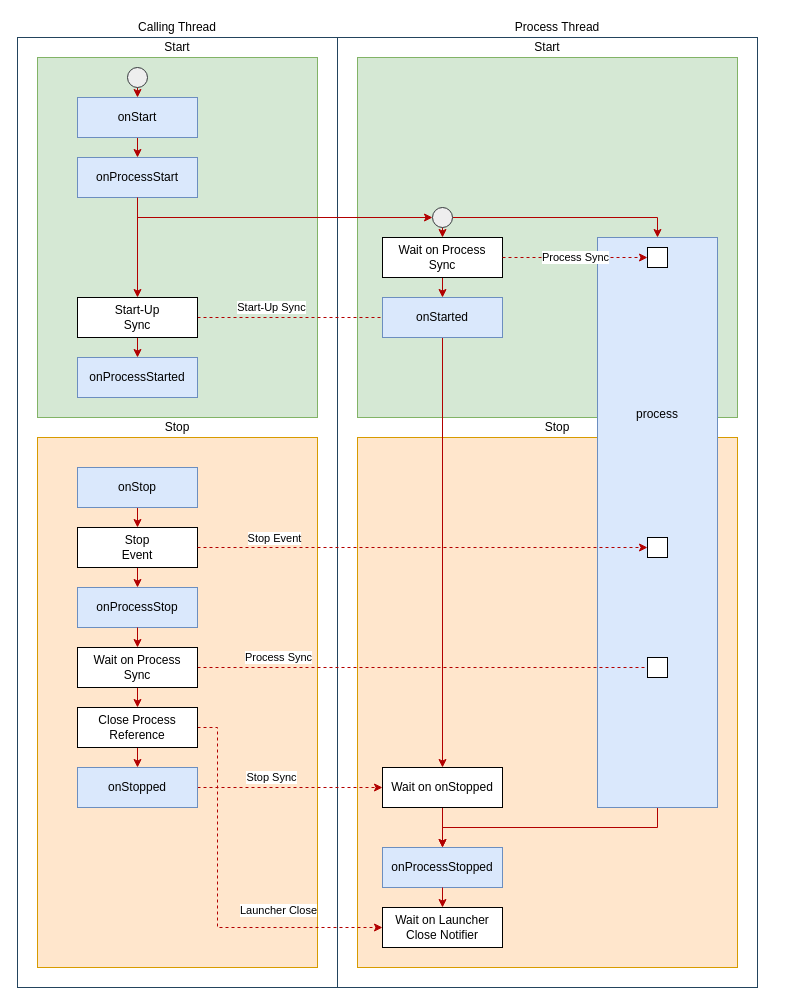
The draw.io diagram page "JKI: SMO-Process-Life-Cycle" (1 of 2) of documentation/SMO-Process-Life-Cycle.drawio in levylabpitt/Instrument-Framework, before the edit. Source tidied: cells renumbered, new cells numbered last; positions are measured from the earlier drawing's top-left corner, leaving out a move shared by most shapes. Both pictures are drawn from the tidied source at 100%, with x=0, y=0 at pixel (17, 17).
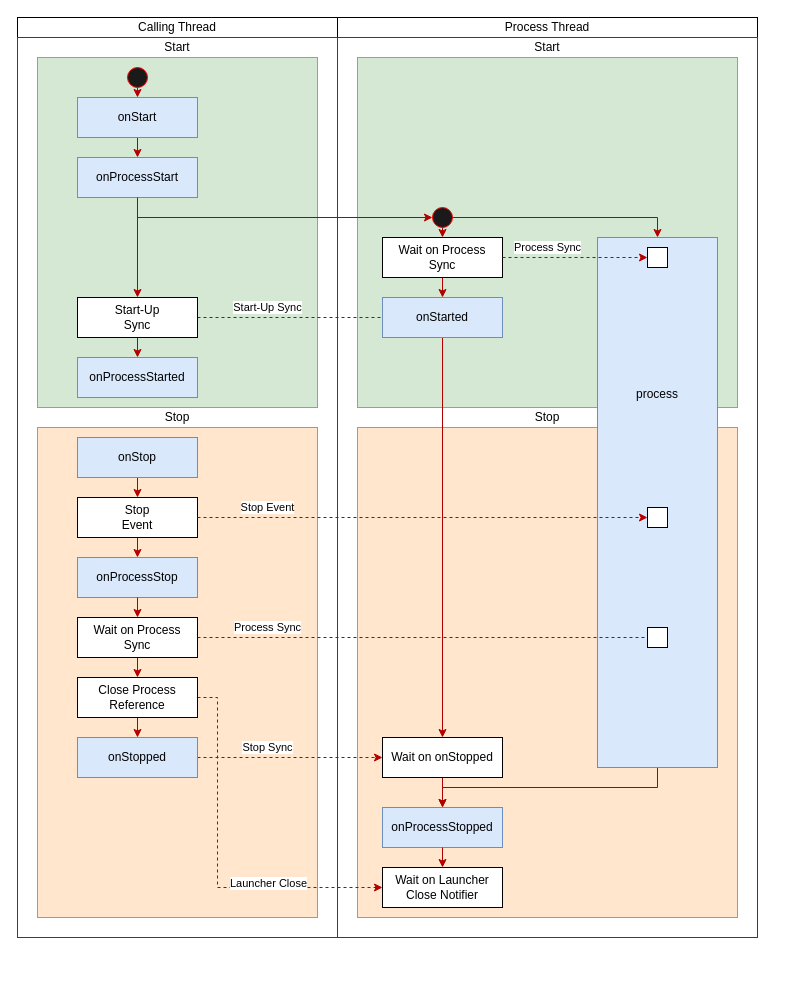
After the change.

Unchanged cells that the change refers to:
```xml
<mxCell id="20" value="&lt;div&gt;Start-Up&lt;/div&gt;&lt;div&gt;Sync&lt;br&gt;&lt;/div&gt;" style="html=1;whiteSpace=wrap;" parent="1" vertex="1">
  <mxGeometry x="60" y="280" width="120" height="40" as="geometry" />
</mxCell>
<mxCell id="23" value="onStarted" style="html=1;whiteSpace=wrap;fillColor=#dae8fc;strokeColor=#6c8ebf;" parent="1" vertex="1">
  <mxGeometry x="365" y="280" width="120" height="40" as="geometry" />
</mxCell>
<mxCell id="29" value="&lt;div&gt;Wait on Process&lt;/div&gt;&lt;div&gt;Sync&lt;br&gt;&lt;/div&gt;" style="html=1;whiteSpace=wrap;" parent="1" vertex="1">
  <mxGeometry x="365" y="220" width="120" height="40" as="geometry" />
</mxCell>
<mxCell id="57" style="rounded=0;whiteSpace=wrap;html=1;" parent="1" vertex="1">
  <mxGeometry x="630" y="230" width="20" height="20" as="geometry" />
</mxCell>
```

Change to the diagram source:
```diff
@@
+    <mxCell id="59" style="rounded=0;whiteSpace=wrap;html=1;" parent="1" vertex="1">
+      <mxGeometry x="320" width="420" height="20" as="geometry" />
+    </mxCell>
+    <mxCell id="60" style="rounded=0;whiteSpace=wrap;html=1;" parent="1" vertex="1">
+      <mxGeometry width="320" height="20" as="geometry" />
+    </mxCell>
     <mxCell id="2" style="rounded=0;whiteSpace=wrap;html=1;fillColor=none;strokeColor=#23445d;" parent="1" vertex="1">
-      <mxGeometry x="320" y="20" width="420" height="950" as="geometry" />
+      <mxGeometry x="320" y="20" width="420" height="900" as="geometry" />
     </mxCell>
     <mxCell id="3" style="rounded=0;whiteSpace=wrap;html=1;fillColor=none;strokeColor=#23445d;" parent="1" vertex="1">
-      <mxGeometry y="20" width="320" height="950" as="geometry" />
+      <mxGeometry y="20" width="320" height="900" as="geometry" />
     </mxCell>
     <mxCell id="4" style="rounded=0;whiteSpace=wrap;html=1;fillColor=#ffe6cc;strokeColor=#d79b00;" parent="1" vertex="1">
-      <mxGeometry x="340" y="420" width="380" height="530" as="geometry" />
+      <mxGeometry x="340" y="410" width="380" height="490" as="geometry" />
     </mxCell>
     <mxCell id="5" style="rounded=0;whiteSpace=wrap;html=1;fillColor=#ffe6cc;strokeColor=#d79b00;" parent="1" vertex="1">
-      <mxGeometry x="20" y="420" width="280" height="530" as="geometry" />
+      <mxGeometry x="20" y="410" width="280" height="490" as="geometry" />
     </mxCell>
     <mxCell id="6" style="rounded=0;whiteSpace=wrap;html=1;fillColor=#d5e8d4;strokeColor=#82b366;" parent="1" vertex="1">
-      <mxGeometry x="340" y="40" width="380" height="360" as="geometry" />
+      <mxGeometry x="340" y="40" width="380" height="350" as="geometry" />
     </mxCell>
     <mxCell id="7" style="rounded=0;whiteSpace=wrap;html=1;fillColor=#d5e8d4;strokeColor=#82b366;" parent="1" vertex="1">
-      <mxGeometry x="20" y="40" width="280" height="360" as="geometry" />
+      <mxGeometry x="20" y="40" width="280" height="350" as="geometry" />
     </mxCell>
@@
     <mxCell id="9" value="Process Thread" style="text;html=1;align=center;verticalAlign=middle;whiteSpace=wrap;rounded=0;" parent="1" vertex="1">
-      <mxGeometry x="320" width="440" height="20" as="geometry" />
+      <mxGeometry x="320" width="420" height="20" as="geometry" />
     </mxCell>
@@
-    <mxCell id="13" style="verticalLabelPosition=bottom;verticalAlign=top;html=1;shape=mxgraph.flowchart.on-page_reference;fillColor=#eeeeee;strokeColor=#36393d;" parent="1" vertex="1">
+    <mxCell id="13" style="verticalLabelPosition=bottom;verticalAlign=top;html=1;shape=mxgraph.flowchart.on-page_reference;fillColor=#1A1A1A;strokeColor=#FF0000;" parent="1" vertex="1">
       <mxGeometry x="110" y="50" width="20" height="20" as="geometry" />
     </mxCell>
@@
     <mxCell id="18" value="&lt;div&gt;Start-Up Sync&lt;br&gt;&lt;/div&gt;" style="edgeStyle=orthogonalEdgeStyle;rounded=0;jettySize=auto;html=1;exitX=1;exitY=0.5;exitDx=0;exitDy=0;entryX=0;entryY=0.5;entryDx=0;entryDy=0;endArrow=none;endFill=0;dashed=1;fillColor=#e51400;strokeColor=#B20000;" parent="1" edge="1" source="20" target="23">
-      <mxGeometry x="-0.2" y="10" relative="1" as="geometry" />
+      <mxGeometry x="-0.24" y="10" relative="1" as="geometry" />
     </mxCell>
@@
-    <mxCell id="26" style="verticalLabelPosition=bottom;verticalAlign=top;html=1;shape=mxgraph.flowchart.on-page_reference;fillColor=#eeeeee;strokeColor=#36393d;" parent="1" vertex="1">
+    <mxCell id="26" style="verticalLabelPosition=bottom;verticalAlign=top;html=1;shape=mxgraph.flowchart.on-page_reference;fillColor=#1A1A1A;strokeColor=#FF0000;" parent="1" vertex="1">
       <mxGeometry x="415" y="190" width="20" height="20" as="geometry" />
     </mxCell>
@@
     <mxCell id="31" value="&lt;div&gt;process&lt;/div&gt;&lt;div&gt;&lt;br&gt;&lt;/div&gt;&lt;div&gt;&lt;br&gt;&lt;/div&gt;&lt;div&gt;&lt;br&gt;&lt;/div&gt;&lt;div&gt;&lt;br&gt;&lt;/div&gt;&lt;div&gt;&lt;br&gt;&lt;/div&gt;&lt;div&gt;&lt;br&gt;&lt;/div&gt;&lt;div&gt;&lt;br&gt;&lt;/div&gt;&lt;div&gt;&lt;br&gt;&lt;/div&gt;&lt;div&gt;&lt;br&gt;&lt;/div&gt;&lt;div&gt;&lt;br&gt;&lt;/div&gt;&lt;div&gt;&lt;br&gt;&lt;/div&gt;&lt;div&gt;&lt;br&gt;&lt;/div&gt;&lt;div&gt;&lt;br&gt;&lt;/div&gt;&lt;div&gt;&lt;br&gt;&lt;/div&gt;&lt;div&gt;&lt;br&gt;&lt;/div&gt;" style="html=1;whiteSpace=wrap;fillColor=#dae8fc;strokeColor=#6c8ebf;" parent="1" vertex="1">
-      <mxGeometry x="580" y="220" width="120" height="570" as="geometry" />
+      <mxGeometry x="580" y="220" width="120" height="530" as="geometry" />
     </mxCell>
@@
     <mxCell id="33" value="onStop" style="html=1;whiteSpace=wrap;fillColor=#dae8fc;strokeColor=#6c8ebf;" parent="1" vertex="1">
-      <mxGeometry x="60" y="450" width="120" height="40" as="geometry" />
+      <mxGeometry x="60" y="420" width="120" height="40" as="geometry" />
     </mxCell>
     <mxCell id="34" value="Stop" style="text;html=1;align=center;verticalAlign=middle;whiteSpace=wrap;rounded=0;" parent="1" vertex="1">
-      <mxGeometry x="20" y="400" width="280" height="20" as="geometry" />
+      <mxGeometry x="20" y="390" width="280" height="20" as="geometry" />
     </mxCell>
@@
     <mxCell id="36" value="&lt;div&gt;Stop&lt;/div&gt;&lt;div&gt;Event&lt;br&gt;&lt;/div&gt;" style="html=1;whiteSpace=wrap;" parent="1" vertex="1">
-      <mxGeometry x="60" y="510" width="120" height="40" as="geometry" />
+      <mxGeometry x="60" y="480" width="120" height="40" as="geometry" />
     </mxCell>
     <mxCell id="37" value="onProcessStop" style="html=1;whiteSpace=wrap;fillColor=#dae8fc;strokeColor=#6c8ebf;" parent="1" vertex="1">
-      <mxGeometry x="60" y="570" width="120" height="40" as="geometry" />
+      <mxGeometry x="60" y="540" width="120" height="40" as="geometry" />
     </mxCell>
@@
     <mxCell id="40" value="Process Sync" style="edgeStyle=orthogonalEdgeStyle;rounded=0;jettySize=auto;html=1;exitX=1;exitY=0.5;exitDx=0;exitDy=0;endArrow=none;endFill=0;dashed=1;fillColor=#e51400;strokeColor=#B20000;entryX=0;entryY=0.5;entryDx=0;entryDy=0;" parent="1" edge="1" source="41" target="55">
-      <mxGeometry x="-0.64" y="10" relative="1" as="geometry" />
+      <mxGeometry x="-0.69" y="10" relative="1" as="geometry" />
     </mxCell>
     <mxCell id="41" value="&lt;div&gt;Wait on Process&lt;/div&gt;&lt;div&gt;Sync&lt;br&gt;&lt;/div&gt;" style="html=1;whiteSpace=wrap;" parent="1" vertex="1">
-      <mxGeometry x="60" y="630" width="120" height="40" as="geometry" />
+      <mxGeometry x="60" y="600" width="120" height="40" as="geometry" />
     </mxCell>
     <mxCell id="42" value="Stop" style="text;html=1;align=center;verticalAlign=middle;whiteSpace=wrap;rounded=0;" parent="1" vertex="1">
-      <mxGeometry x="340" y="400" width="400" height="20" as="geometry" />
+      <mxGeometry x="340" y="390" width="380" height="20" as="geometry" />
     </mxCell>
     <mxCell id="43" value="Stop Event" style="edgeStyle=orthogonalEdgeStyle;rounded=0;jettySize=auto;html=1;exitX=1;exitY=0.5;exitDx=0;exitDy=0;entryX=0;entryY=0.5;entryDx=0;entryDy=0;fillColor=#e51400;strokeColor=#B20000;dashed=1;" parent="1" edge="1" source="36" target="56">
-      <mxGeometry x="-0.63" y="10" relative="1" as="geometry">
-        <mxPoint x="-6" y="1" as="offset" />
-      </mxGeometry>
+      <mxGeometry x="-0.69" y="10" relative="1" as="geometry" />
     </mxCell>
     <mxCell id="44" style="edgeStyle=orthogonalEdgeStyle;rounded=0;jettySize=auto;html=1;exitX=1;exitY=0.5;exitDx=0;exitDy=0;entryX=0;entryY=0.5;entryDx=0;entryDy=0;fillColor=#e51400;strokeColor=#B20000;dashed=1;" parent="1" edge="1" source="47" target="53">
       <mxGeometry relative="1" as="geometry">
         <Array as="points">
-          <mxPoint x="200" y="710" />
-          <mxPoint x="200" y="910" />
+          <mxPoint x="200" y="680" />
+          <mxPoint x="200" y="870" />
         </Array>
       </mxGeometry>
     </mxCell>
     <mxCell id="45" value="Launcher Close" style="edgeLabel;html=1;align=center;verticalAlign=middle;" parent="44" vertex="1">
       <mxGeometry x="-0.12" y="-3" relative="1" as="geometry">
-        <mxPoint x="63" y="33" as="offset" />
+        <mxPoint x="53" y="40" as="offset" />
       </mxGeometry>
     </mxCell>
@@
     <mxCell id="47" value="&lt;div&gt;Close Process Reference&lt;br&gt;&lt;/div&gt;" style="html=1;whiteSpace=wrap;" parent="1" vertex="1">
-      <mxGeometry x="60" y="690" width="120" height="40" as="geometry" />
+      <mxGeometry x="60" y="660" width="120" height="40" as="geometry" />
     </mxCell>
     <mxCell id="48" value="Stop Sync" style="edgeStyle=orthogonalEdgeStyle;rounded=0;jettySize=auto;html=1;exitX=1;exitY=0.5;exitDx=0;exitDy=0;entryX=0;entryY=0.5;entryDx=0;entryDy=0;fillColor=#e51400;strokeColor=#B20000;dashed=1;" parent="1" edge="1" source="49" target="51">
-      <mxGeometry x="-0.2" y="10" relative="1" as="geometry" />
+      <mxGeometry x="-0.24" y="10" relative="1" as="geometry" />
     </mxCell>
     <mxCell id="49" value="onStopped" style="html=1;whiteSpace=wrap;fillColor=#dae8fc;strokeColor=#6c8ebf;" parent="1" vertex="1">
-      <mxGeometry x="60" y="750" width="120" height="40" as="geometry" />
+      <mxGeometry x="60" y="720" width="120" height="40" as="geometry" />
     </mxCell>
@@
     <mxCell id="51" value="&lt;div&gt;Wait on onStopped&lt;/div&gt;" style="html=1;whiteSpace=wrap;" parent="1" vertex="1">
-      <mxGeometry x="365" y="750" width="120" height="40" as="geometry" />
+      <mxGeometry x="365" y="720" width="120" height="40" as="geometry" />
     </mxCell>
     <mxCell id="52" value="onProcessStopped" style="html=1;whiteSpace=wrap;fillColor=#dae8fc;strokeColor=#6c8ebf;" parent="1" vertex="1">
-      <mxGeometry x="365" y="830" width="120" height="40" as="geometry" />
+      <mxGeometry x="365" y="790" width="120" height="40" as="geometry" />
     </mxCell>
     <mxCell id="53" value="&lt;div&gt;Wait on Launcher Close Notifier&lt;br&gt;&lt;/div&gt;" style="html=1;whiteSpace=wrap;" parent="1" vertex="1">
-      <mxGeometry x="365" y="890" width="120" height="40" as="geometry" />
+      <mxGeometry x="365" y="850" width="120" height="40" as="geometry" />
     </mxCell>
@@
     <mxCell id="55" style="rounded=0;whiteSpace=wrap;html=1;" parent="1" vertex="1">
-      <mxGeometry x="630" y="640" width="20" height="20" as="geometry" />
+      <mxGeometry x="630" y="610" width="20" height="20" as="geometry" />
     </mxCell>
     <mxCell id="56" style="rounded=0;whiteSpace=wrap;html=1;" parent="1" vertex="1">
-      <mxGeometry x="630" y="520" width="20" height="20" as="geometry" />
+      <mxGeometry x="630" y="490" width="20" height="20" as="geometry" />
     </mxCell>
@@
     <mxCell id="58" value="&lt;div&gt;Process Sync&lt;br&gt;&lt;/div&gt;" style="edgeStyle=orthogonalEdgeStyle;rounded=0;jettySize=auto;html=1;exitX=1;exitY=0.5;exitDx=0;exitDy=0;entryX=0;entryY=0.5;entryDx=0;entryDy=0;fillColor=#e51400;strokeColor=#B20000;dashed=1;" parent="1" edge="1" source="29" target="57">
-      <mxGeometry relative="1" as="geometry" />
+      <mxGeometry x="-0.38" y="10" relative="1" as="geometry" />
     </mxCell>
```
